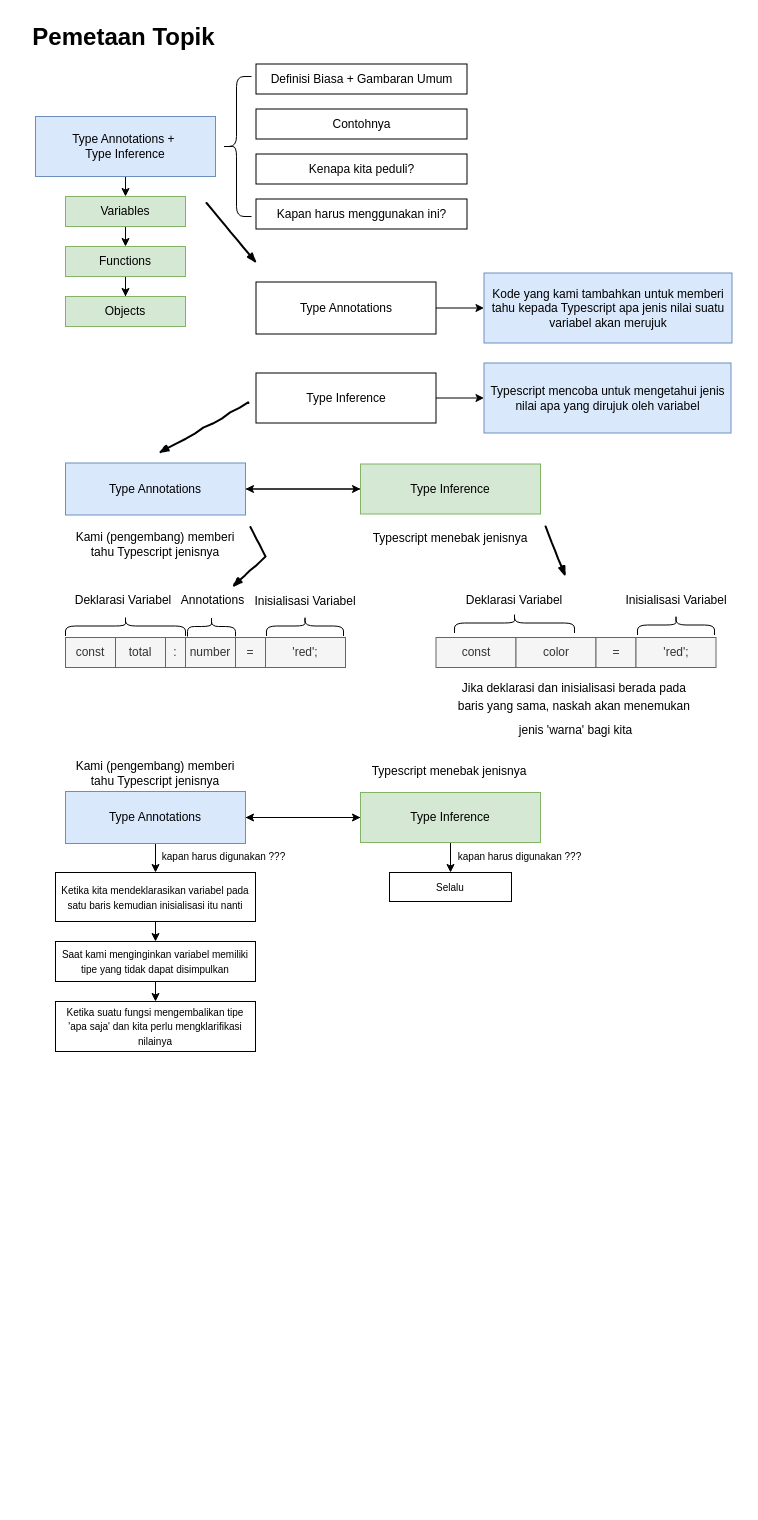
imbarwinata/typescript keeps this draw.io diagram as page "Type Annotations + Inference" (3 of 3) of Typescript.drawio. Above is the earlier version. Source tidied: cells renumbered, new cells numbered last; positions are measured from the earlier drawing's top-left corner, leaving out a move shared by most shapes. Both pictures are drawn from the tidied source at 100%, with x=0, y=0 at pixel (28, 16).
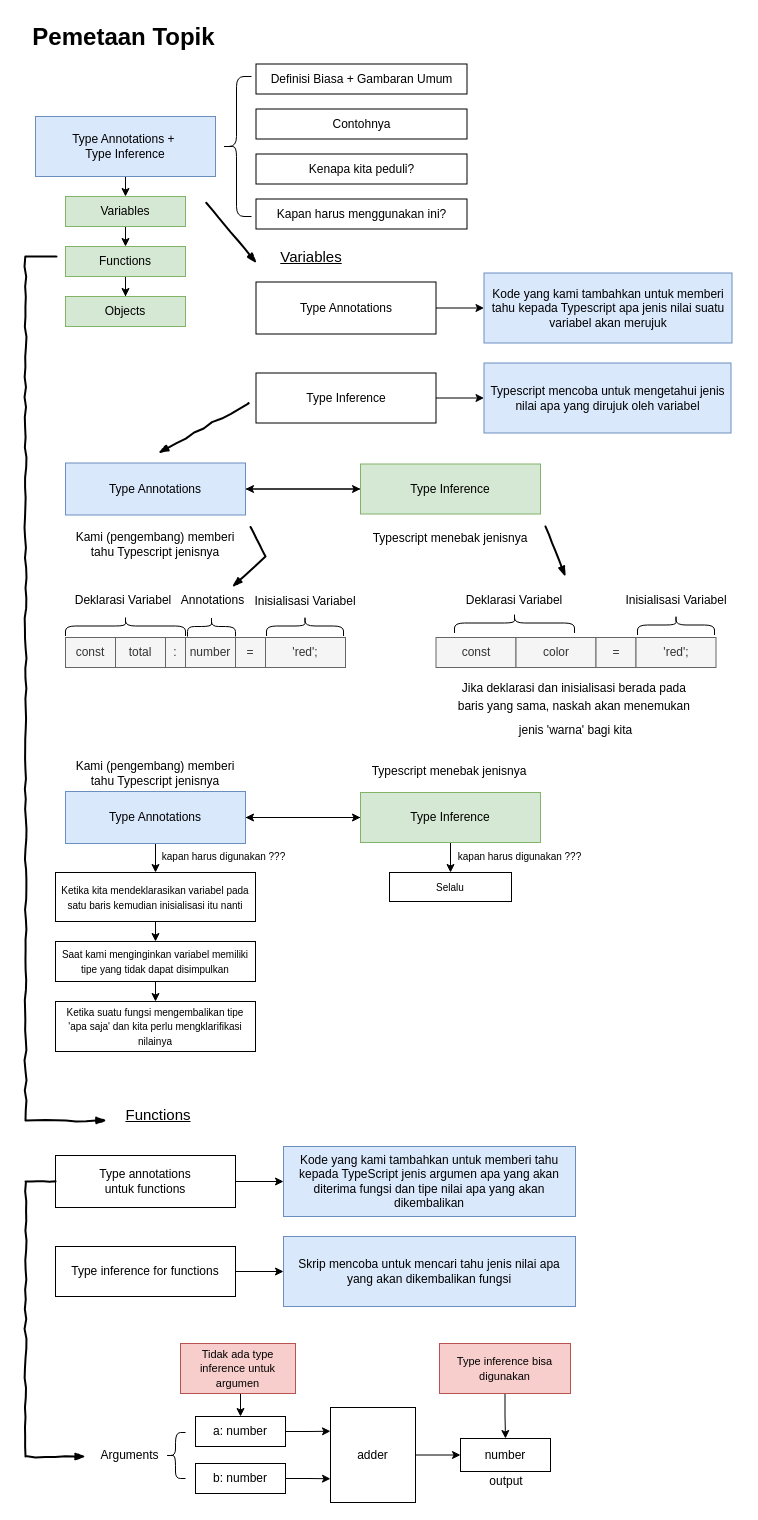
After the change.

What changed in the source:
```diff
@@
+    <mxCell id="68" style="edgeStyle=orthogonalEdgeStyle;rounded=0;jettySize=auto;html=1;exitX=1;exitY=0.5;exitDx=0;exitDy=0;entryX=0;entryY=0.5;entryDx=0;entryDy=0;" parent="1" edge="1" source="69" target="72">
+      <mxGeometry relative="1" as="geometry" />
+    </mxCell>
+    <mxCell id="69" value="Type annotations &lt;br&gt;untuk functions" style="rounded=0;whiteSpace=wrap;html=1;" parent="1" vertex="1">
+      <mxGeometry x="27" y="1139" width="180" height="52" as="geometry" />
+    </mxCell>
+    <mxCell id="70" style="edgeStyle=orthogonalEdgeStyle;rounded=0;jettySize=auto;html=1;exitX=1;exitY=0.5;exitDx=0;exitDy=0;entryX=0;entryY=0.5;entryDx=0;entryDy=0;" parent="1" edge="1" source="71" target="73">
+      <mxGeometry relative="1" as="geometry" />
+    </mxCell>
+    <mxCell id="71" value="Type inference for functions" style="rounded=0;whiteSpace=wrap;html=1;" parent="1" vertex="1">
+      <mxGeometry x="27" y="1230" width="180" height="50" as="geometry" />
+    </mxCell>
+    <mxCell id="72" value="Kode yang kami tambahkan untuk memberi tahu kepada TypeScript jenis argumen apa yang akan diterima fungsi dan tipe nilai apa yang akan dikembalikan" style="rounded=0;whiteSpace=wrap;html=1;fillColor=#dae8fc;strokeColor=#6c8ebf;" parent="1" vertex="1">
+      <mxGeometry x="255" y="1130" width="292" height="70" as="geometry" />
+    </mxCell>
+    <mxCell id="73" value="Skrip mencoba untuk mencari tahu jenis nilai apa yang akan dikembalikan fungsi" style="rounded=0;whiteSpace=wrap;html=1;fillColor=#dae8fc;strokeColor=#6c8ebf;" parent="1" vertex="1">
+      <mxGeometry x="255" y="1220" width="292" height="70" as="geometry" />
+    </mxCell>
+    <mxCell id="74" value="&lt;font style=&quot;font-size: 15px&quot;&gt;&lt;u&gt;Variables&lt;/u&gt;&lt;/font&gt;" style="text;html=1;strokeColor=none;fillColor=none;align=center;verticalAlign=middle;whiteSpace=wrap;rounded=0;" parent="1" vertex="1">
+      <mxGeometry x="247.5" y="230" width="70" height="20" as="geometry" />
+    </mxCell>
+    <mxCell id="75" value="&lt;font style=&quot;font-size: 15px&quot;&gt;&lt;u&gt;Functions&lt;/u&gt;&lt;/font&gt;" style="text;html=1;strokeColor=none;fillColor=none;align=center;verticalAlign=middle;whiteSpace=wrap;rounded=0;" parent="1" vertex="1">
+      <mxGeometry x="95" y="1088" width="70" height="20" as="geometry" />
+    </mxCell>
+    <mxCell id="76" style="rounded=0;comic=1;strokeWidth=2;endArrow=blockThin;html=1;fontFamily=Comic Sans MS;fontStyle=1;" parent="1" edge="1">
+      <mxGeometry relative="1" as="geometry">
+        <mxPoint x="28" y="240" as="sourcePoint" />
+        <mxPoint x="78" y="1104" as="targetPoint" />
+        <Array as="points">
+          <mxPoint x="-3" y="240" />
+          <mxPoint x="-3" y="1104" />
+        </Array>
+      </mxGeometry>
+    </mxCell>
+    <mxCell id="77" style="rounded=0;comic=1;strokeWidth=2;endArrow=blockThin;html=1;fontFamily=Comic Sans MS;fontStyle=1;exitX=0;exitY=0.5;exitDx=0;exitDy=0;" parent="1" edge="1" source="69">
+      <mxGeometry relative="1" as="geometry">
+        <mxPoint x="57" y="1440" as="targetPoint" />
+        <Array as="points">
+          <mxPoint x="-3" y="1165" />
+          <mxPoint x="-3" y="1440" />
+        </Array>
+      </mxGeometry>
+    </mxCell>
+    <mxCell id="78" value="Arguments" style="text;html=1;strokeColor=none;fillColor=none;align=center;verticalAlign=middle;whiteSpace=wrap;rounded=0;" parent="1" vertex="1">
+      <mxGeometry x="69" y="1429" width="65" height="20" as="geometry" />
+    </mxCell>
+    <mxCell id="79" style="edgeStyle=orthogonalEdgeStyle;rounded=0;jettySize=auto;html=1;exitX=1;exitY=0.5;exitDx=0;exitDy=0;entryX=0;entryY=0.25;entryDx=0;entryDy=0;" parent="1" edge="1" source="80" target="85">
+      <mxGeometry relative="1" as="geometry" />
+    </mxCell>
+    <mxCell id="80" value="a: number" style="rounded=0;whiteSpace=wrap;html=1;" parent="1" vertex="1">
+      <mxGeometry x="167" y="1400" width="90" height="30" as="geometry" />
+    </mxCell>
+    <mxCell id="81" style="edgeStyle=orthogonalEdgeStyle;rounded=0;jettySize=auto;html=1;exitX=1;exitY=0.5;exitDx=0;exitDy=0;entryX=0;entryY=0.75;entryDx=0;entryDy=0;" parent="1" edge="1" source="82" target="85">
+      <mxGeometry relative="1" as="geometry" />
+    </mxCell>
+    <mxCell id="82" value="b: number" style="rounded=0;whiteSpace=wrap;html=1;" parent="1" vertex="1">
+      <mxGeometry x="167" y="1447" width="90" height="30" as="geometry" />
+    </mxCell>
+    <mxCell id="83" style="shape=curlyBracket;whiteSpace=wrap;html=1;rounded=1;" parent="1" vertex="1">
+      <mxGeometry x="137" y="1416" width="20" height="46" as="geometry" />
+    </mxCell>
+    <mxCell id="84" style="edgeStyle=orthogonalEdgeStyle;rounded=0;jettySize=auto;html=1;exitX=1;exitY=0.5;exitDx=0;exitDy=0;entryX=0;entryY=0.5;entryDx=0;entryDy=0;" parent="1" edge="1" source="85" target="86">
+      <mxGeometry relative="1" as="geometry" />
+    </mxCell>
+    <mxCell id="85" value="adder" style="rounded=0;whiteSpace=wrap;html=1;" parent="1" vertex="1">
+      <mxGeometry x="302" y="1391" width="85" height="95" as="geometry" />
+    </mxCell>
+    <mxCell id="86" value="number" style="rounded=0;whiteSpace=wrap;html=1;" parent="1" vertex="1">
+      <mxGeometry x="432" y="1422" width="90" height="33" as="geometry" />
+    </mxCell>
+    <mxCell id="87" value="output" style="text;html=1;strokeColor=none;fillColor=none;align=center;verticalAlign=middle;whiteSpace=wrap;rounded=0;" parent="1" vertex="1">
+      <mxGeometry x="458" y="1455" width="40" height="20" as="geometry" />
+    </mxCell>
+    <mxCell id="88" style="edgeStyle=orthogonalEdgeStyle;rounded=0;jettySize=auto;html=1;exitX=0.5;exitY=1;exitDx=0;exitDy=0;entryX=0.5;entryY=0;entryDx=0;entryDy=0;" parent="1" edge="1" source="89" target="80">
+      <mxGeometry relative="1" as="geometry" />
+    </mxCell>
+    <mxCell id="89" value="&lt;font style=&quot;font-size: 11px&quot;&gt;Tidak ada type inference untuk argumen&lt;/font&gt;" style="rounded=0;whiteSpace=wrap;html=1;fillColor=#f8cecc;strokeColor=#b85450;" parent="1" vertex="1">
+      <mxGeometry x="152" y="1327" width="115" height="50" as="geometry" />
+    </mxCell>
+    <mxCell id="90" style="edgeStyle=orthogonalEdgeStyle;rounded=0;jettySize=auto;html=1;exitX=0.5;exitY=1;exitDx=0;exitDy=0;" parent="1" edge="1" source="91" target="86">
+      <mxGeometry relative="1" as="geometry" />
+    </mxCell>
+    <mxCell id="91" value="&lt;font style=&quot;font-size: 11px&quot;&gt;Type inference bisa digunakan&lt;/font&gt;" style="rounded=0;whiteSpace=wrap;html=1;fillColor=#f8cecc;strokeColor=#b85450;" parent="1" vertex="1">
+      <mxGeometry x="411" y="1327" width="131" height="50" as="geometry" />
+    </mxCell>
```
